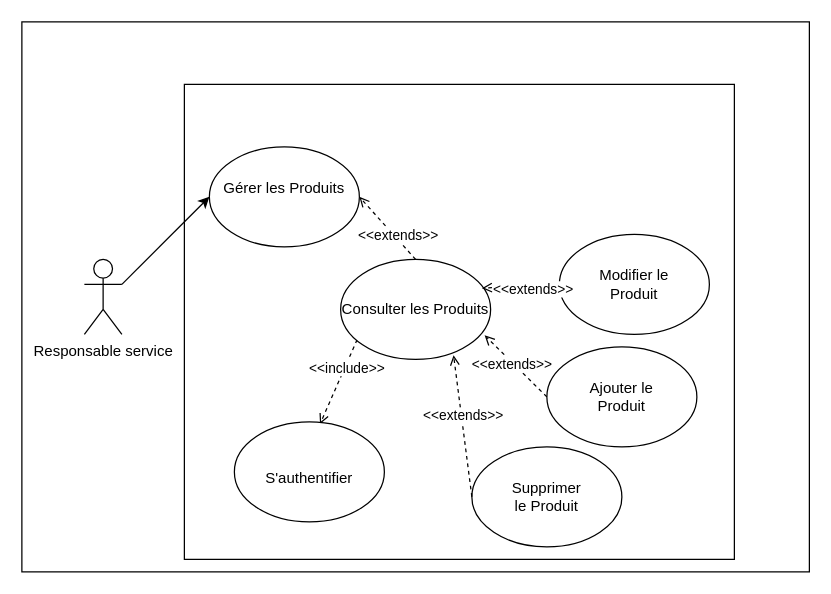
Above: rs.drawio in labidimahdi/diagrams (draw.io), before the change. Source tidied: cells renumbered, new cells numbered last; positions are measured from the earlier drawing's top-left corner, leaving out a move shared by most shapes. Both pictures are drawn from the tidied source at 125%, with x=0, y=0 at pixel (21, 21).
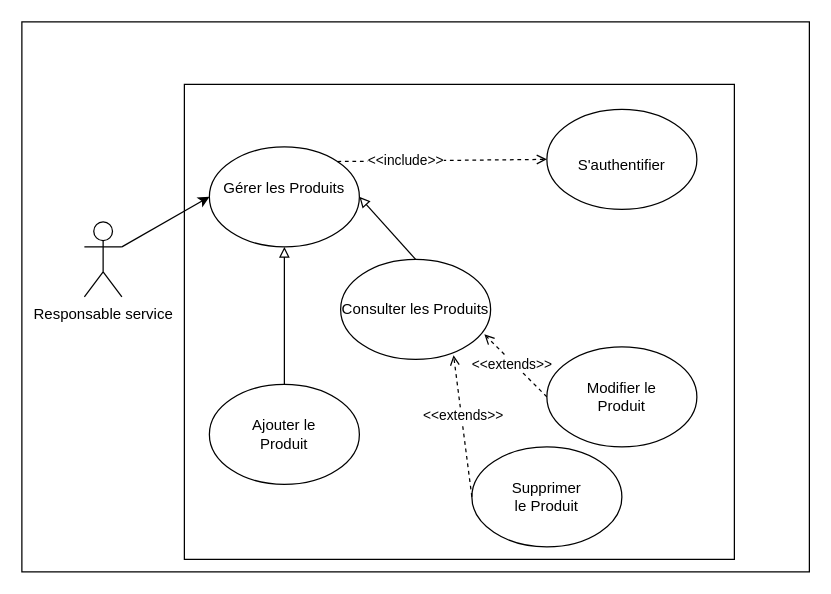
The same diagram, later.

Commit message:
Mettre à jour rs.drawio

Unchanged cells that the change refers to:
```xml
<mxCell id="10" value="Consulter les Produits" style="ellipse;whiteSpace=wrap;html=1;" parent="1" vertex="1">
  <mxGeometry x="255" y="190" width="120" height="80" as="geometry" />
</mxCell>
<mxCell id="16" style="group;" parent="1" vertex="1">
  <mxGeometry x="420" y="260" width="120" height="80" as="geometry" />
</mxCell>
<mxCell id="17" style="ellipse;whiteSpace=wrap;html=1;" parent="16" vertex="1">
  <mxGeometry width="120" height="80" as="geometry" />
</mxCell>
<mxCell id="27" style="ellipse;whiteSpace=wrap;html=1;" parent="26" vertex="1">
  <mxGeometry width="120" height="80" as="geometry" />
</mxCell>
<mxCell id="29" value="Gérer les Produits&lt;br&gt;&amp;nbsp;" style="ellipse;whiteSpace=wrap;html=1;" parent="1" vertex="1">
  <mxGeometry x="150" y="100" width="120" height="80" as="geometry" />
</mxCell>
```

What changed in the source:
```diff
@@
     <mxCell id="5" value="Responsable service" style="shape=umlActor;verticalLabelPosition=bottom;verticalAlign=top;html=1;outlineConnect=0;" parent="1" vertex="1">
-      <mxGeometry x="50" y="190" width="30" height="60" as="geometry" />
+      <mxGeometry x="50" y="160" width="30" height="60" as="geometry" />
     </mxCell>
-    <mxCell id="6" style="edgeStyle=none;rounded=0;jettySize=auto;html=1;exitX=0.11;exitY=0.803;exitDx=0;exitDy=0;endArrow=open;endFill=0;dashed=1;entryX=0.571;entryY=0.022;entryDx=0;entryDy=0;entryPerimeter=0;exitPerimeter=0;" parent="1" edge="1" source="10" target="27">
-      <mxGeometry relative="1" as="geometry" />
-    </mxCell>
-    <mxCell id="7" value="&amp;lt;&amp;lt;include&amp;gt;&amp;gt;" style="edgeLabel;html=1;align=center;verticalAlign=middle;" parent="6" vertex="1">
-      <mxGeometry x="-0.36" y="1" relative="1" as="geometry" />
-    </mxCell>
-    <mxCell id="8" style="rounded=0;jettySize=auto;html=1;exitX=0.5;exitY=0;exitDx=0;exitDy=0;entryX=1;entryY=0.5;entryDx=0;entryDy=0;dashed=1;endArrow=open;endFill=0;" parent="1" edge="1" source="10" target="29">
+    <mxCell id="8" style="rounded=0;jettySize=auto;html=1;exitX=0.5;exitY=0;exitDx=0;exitDy=0;entryX=1;entryY=0.5;entryDx=0;entryDy=0;endArrow=block;endFill=0;" parent="1" edge="1" source="10" target="29">
       <mxGeometry relative="1" as="geometry" />
     </mxCell>
-    <mxCell id="9" value="&amp;lt;&amp;lt;extends&amp;gt;&amp;gt;" style="edgeLabel;html=1;align=center;verticalAlign=middle;" parent="8" vertex="1">
-      <mxGeometry x="-0.29" y="-2" relative="1" as="geometry" />
-    </mxCell>
@@
-    <mxCell id="11" style="group;" parent="1" vertex="1">
-      <mxGeometry x="430" y="170" width="120" height="80" as="geometry" />
-    </mxCell>
-    <mxCell id="12" style="ellipse;whiteSpace=wrap;html=1;" parent="11" vertex="1">
-      <mxGeometry width="120" height="80" as="geometry" />
-    </mxCell>
-    <mxCell id="13" value="Modifier le Produit" style="text;html=1;strokeColor=none;fillColor=none;align=center;verticalAlign=middle;whiteSpace=wrap;rounded=0;" parent="11" vertex="1">
-      <mxGeometry x="30" y="25" width="60" height="30" as="geometry" />
-    </mxCell>
-    <mxCell id="14" style="rounded=0;jettySize=auto;html=1;exitX=0;exitY=0.5;exitDx=0;exitDy=0;entryX=0.942;entryY=0.288;entryDx=0;entryDy=0;entryPerimeter=0;dashed=1;endArrow=open;endFill=0;" parent="1" edge="1" source="12" target="10">
-      <mxGeometry relative="1" as="geometry" />
-    </mxCell>
-    <mxCell id="15" value="&amp;lt;&amp;lt;extends&amp;gt;&amp;gt;" style="edgeLabel;html=1;align=center;verticalAlign=middle;" parent="14" vertex="1">
-      <mxGeometry x="-0.29" y="2" relative="1" as="geometry" />
-    </mxCell>
@@
-    <mxCell id="18" value="Ajouter le Produit" style="text;html=1;strokeColor=none;fillColor=none;align=center;verticalAlign=middle;whiteSpace=wrap;rounded=0;" parent="16" vertex="1">
+    <mxCell id="18" value="Modifier le Produit" style="text;html=1;strokeColor=none;fillColor=none;align=center;verticalAlign=middle;whiteSpace=wrap;rounded=0;" parent="16" vertex="1">
       <mxGeometry x="30" y="25" width="60" height="30" as="geometry" />
     </mxCell>
-    <mxCell id="19" style="rounded=0;jettySize=auto;html=1;exitX=0;exitY=0.5;exitDx=0;exitDy=0;dashed=1;endArrow=open;endFill=0;entryX=0.96;entryY=0.759;entryDx=0;entryDy=0;entryPerimeter=0;" parent="1" edge="1" source="17" target="10">
-      <mxGeometry relative="1" as="geometry" />
+    <mxCell id="19" style="rounded=0;jettySize=auto;html=1;exitX=0;exitY=0.5;exitDx=0;exitDy=0;dashed=1;endArrow=open;endFill=0;" parent="1" edge="1" source="17">
+      <mxGeometry relative="1" as="geometry">
+        <mxPoint x="370" y="250" as="targetPoint" />
+      </mxGeometry>
     </mxCell>
@@
     <mxCell id="26" style="group;" parent="1" vertex="1">
-      <mxGeometry x="170" y="320" width="120" height="80" as="geometry" />
+      <mxGeometry x="420" y="70" width="120" height="80" as="geometry" />
     </mxCell>
@@
+    <mxCell id="30" style="edgeStyle=none;rounded=0;jettySize=auto;html=1;exitX=1;exitY=0;exitDx=0;exitDy=0;endArrow=open;endFill=0;dashed=1;entryX=0;entryY=0.5;entryDx=0;entryDy=0;" parent="1" edge="1" source="29" target="27">
+      <mxGeometry relative="1" as="geometry" />
+    </mxCell>
+    <mxCell id="7" value="&amp;lt;&amp;lt;include&amp;gt;&amp;gt;" style="edgeLabel;html=1;align=center;verticalAlign=middle;" parent="30" vertex="1">
+      <mxGeometry x="-0.36" y="1" relative="1" as="geometry" />
+    </mxCell>
+    <mxCell id="31" style="group;" parent="1" vertex="1">
+      <mxGeometry x="150" y="290" width="120" height="80" as="geometry" />
+    </mxCell>
+    <mxCell id="12" style="ellipse;whiteSpace=wrap;html=1;" parent="31" vertex="1">
+      <mxGeometry width="120" height="80" as="geometry" />
+    </mxCell>
+    <mxCell id="32" value="Ajouter le Produit" style="text;html=1;strokeColor=none;fillColor=none;align=center;verticalAlign=middle;whiteSpace=wrap;rounded=0;" parent="31" vertex="1">
+      <mxGeometry x="30" y="25" width="60" height="30" as="geometry" />
+    </mxCell>
+    <mxCell id="33" style="rounded=0;jettySize=auto;html=1;exitX=0.5;exitY=0;exitDx=0;exitDy=0;entryX=0.5;entryY=1;entryDx=0;entryDy=0;endArrow=block;endFill=0;" parent="1" edge="1" source="12" target="29">
+      <mxGeometry relative="1" as="geometry" />
+    </mxCell>
```
